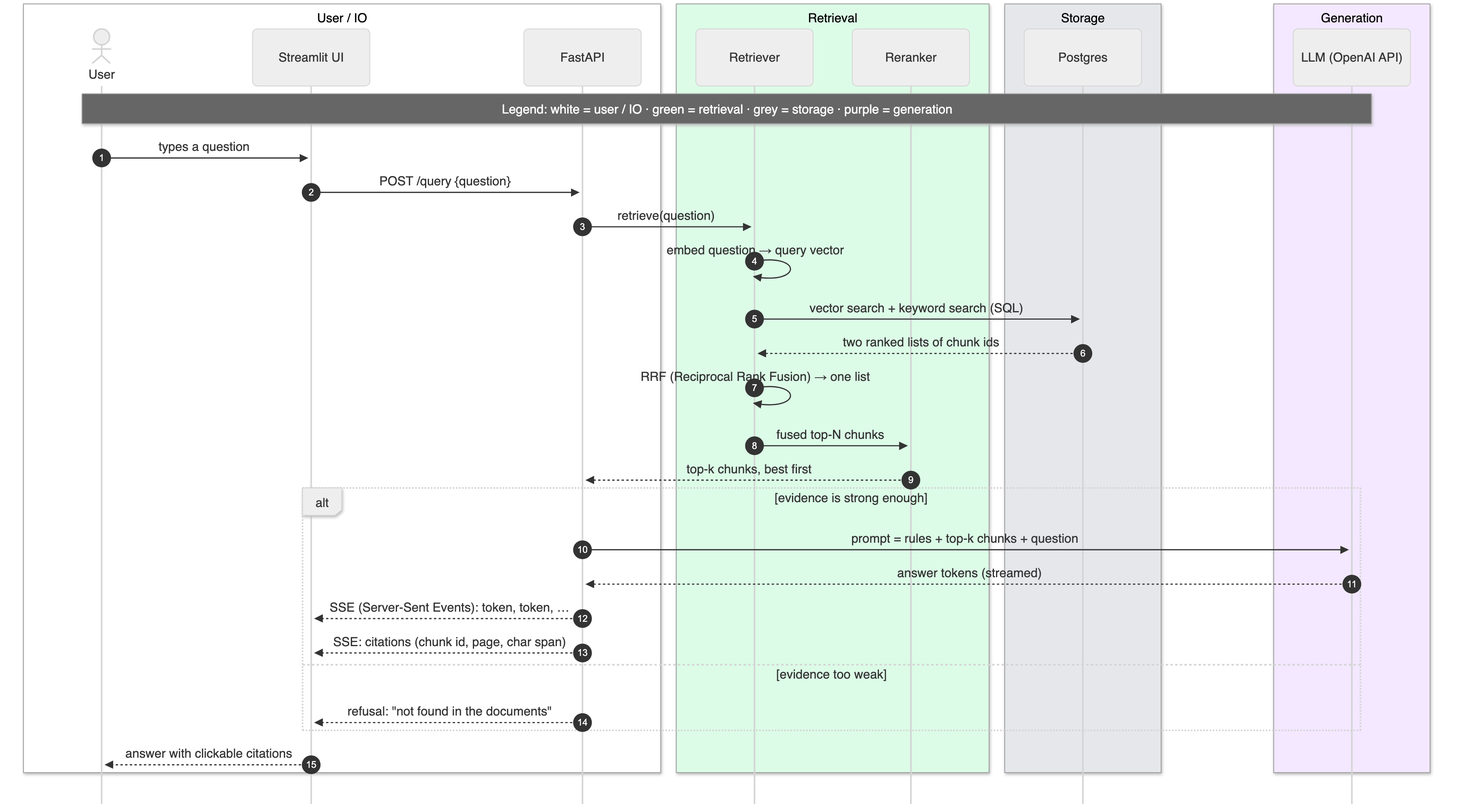
Deoxy7/rag-assistant keeps this Mermaid diagram as docs/diagrams/out/02-request-lifecycle.png. Above is the earlier version. Its source is kept beside it as docs/diagrams/src/02-request-lifecycle.mmd.
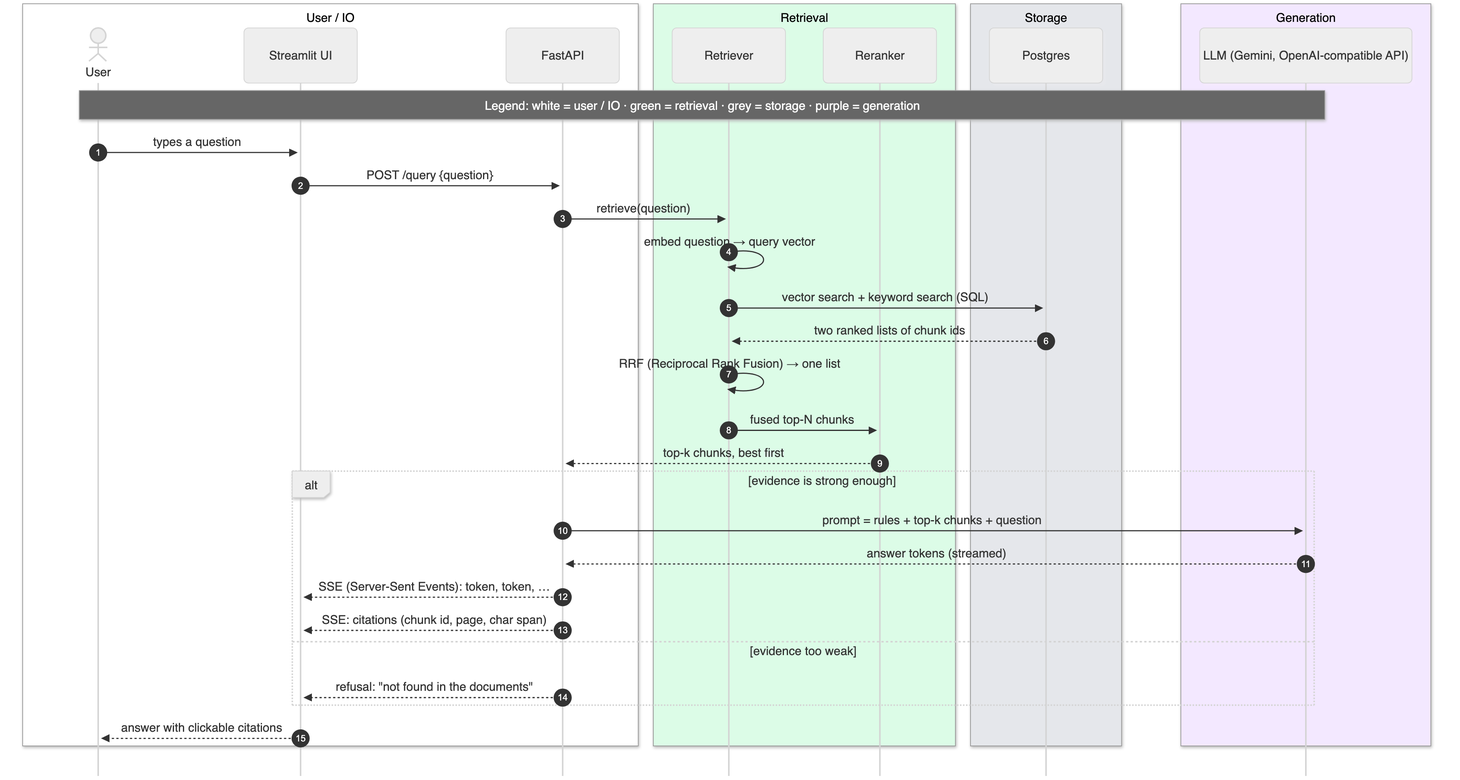
The same file after the commit.

Change to the diagram source:
```diff
@@ -13,7 +13,7 @@
         participant DB as Postgres
     end
     box rgb(243,232,255) Generation
-        participant LLM as LLM (OpenAI API)
+        participant LLM as LLM (Gemini, OpenAI-compatible API)
     end
 
     Note over U,LLM: Legend: white = user / IO · green = retrieval · grey = storage · purple = generation
```
